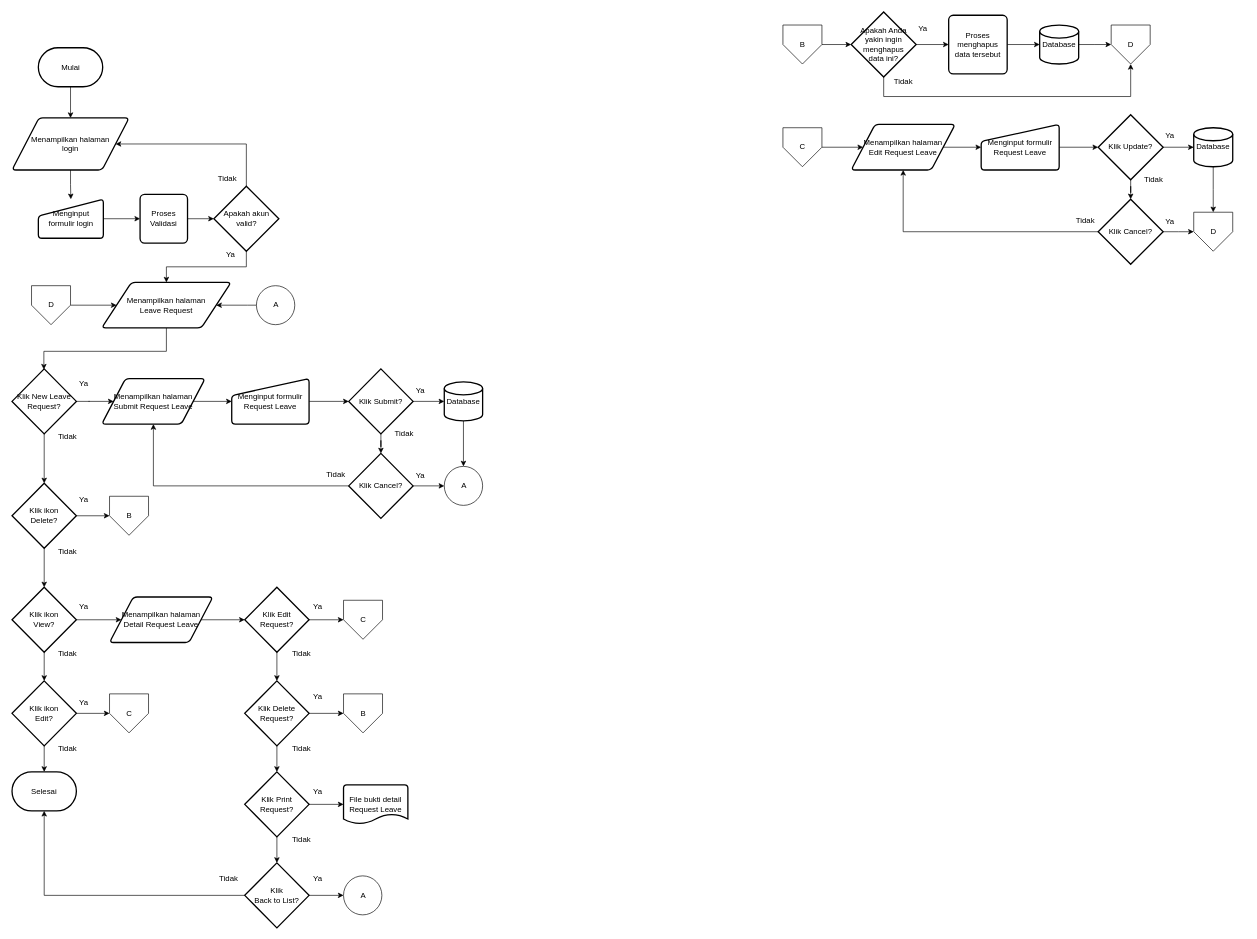
Before: page "Employee - Leave" (1 of 6) of Flowchart Yaztech Apps.drawio in dapzz-id/DrawIO, a draw.io diagram. Source tidied: cells renumbered, new cells numbered last; positions are measured from the earlier drawing's top-left corner, leaving out a move shared by most shapes. Both pictures are drawn from the tidied source at 65%, with x=0, y=0 at pixel (12, 12).
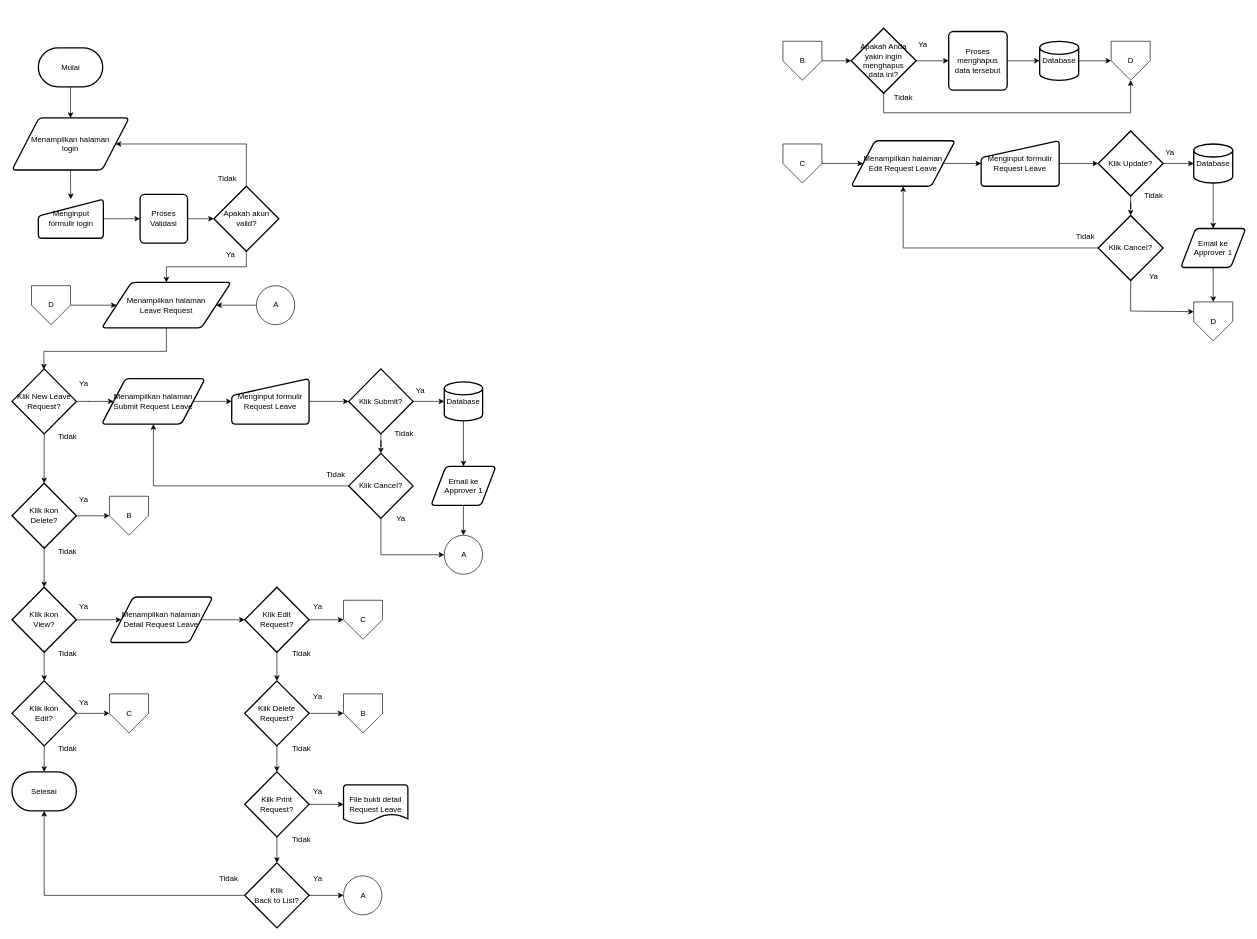
Above is the later version.

Unchanged cells that the change refers to:
```xml
<mxCell id="17" value="Database" style="strokeWidth=2;html=1;shape=mxgraph.flowchart.database;whiteSpace=wrap;" parent="1" vertex="1">
  <mxGeometry x="665" y="569" width="59" height="60" as="geometry" />
</mxCell>
<mxCell id="22" value="Klik Cancel?" style="strokeWidth=2;html=1;shape=mxgraph.flowchart.decision;whiteSpace=wrap;" parent="1" vertex="1">
  <mxGeometry x="518" y="679" width="99" height="100" as="geometry" />
</mxCell>
```

Diff of the diagram source:
```diff
@@
-    <mxCell id="16" style="edgeStyle=orthogonalEdgeStyle;rounded=0;jettySize=auto;html=1;" parent="1" edge="1" source="17" target="23">
-      <mxGeometry relative="1" as="geometry" />
-    </mxCell>
+    <mxCell id="118" style="edgeStyle=orthogonalEdgeStyle;rounded=0;jettySize=auto;html=1;" parent="1" edge="1" source="17" target="120">
+      <mxGeometry relative="1" as="geometry" />
+    </mxCell>
@@
-    <mxCell id="20" style="edgeStyle=orthogonalEdgeStyle;rounded=0;jettySize=auto;html=1;" parent="1" edge="1" source="22" target="23">
-      <mxGeometry relative="1" as="geometry" />
-    </mxCell>
@@
     <mxCell id="23" value="A" style="verticalLabelPosition=middle;verticalAlign=middle;html=1;shape=mxgraph.flowchart.on-page_reference;labelPosition=center;align=center;" parent="1" vertex="1">
-      <mxGeometry x="665" y="699" width="59" height="60" as="geometry" />
+      <mxGeometry x="665" y="805" width="59" height="60" as="geometry" />
     </mxCell>
@@
     <mxCell id="27" value="Ya" style="text;html=1;align=center;verticalAlign=middle;strokeColor=none;fillColor=none;" parent="1" vertex="1">
-      <mxGeometry x="608" y="699" width="40" height="30" as="geometry" />
+      <mxGeometry x="578" y="765" width="40" height="30" as="geometry" />
     </mxCell>
@@
     <mxCell id="41" value="Proses menghapus data tersebut" style="rounded=1;whiteSpace=wrap;html=1;absoluteArcSize=1;arcSize=14;strokeWidth=2;" parent="1" vertex="1">
-      <mxGeometry x="1441" y="5" width="90" height="90" as="geometry" />
+      <mxGeometry x="1441" y="30" width="90" height="90" as="geometry" />
     </mxCell>
@@
     <mxCell id="43" value="Apakah Anda yakin ingin menghapus&lt;div&gt;data ini?&lt;/div&gt;" style="strokeWidth=2;html=1;shape=mxgraph.flowchart.decision;whiteSpace=wrap;" parent="1" vertex="1">
-      <mxGeometry x="1291" width="100" height="100" as="geometry" />
+      <mxGeometry x="1291" y="25" width="100" height="100" as="geometry" />
     </mxCell>
     <mxCell id="44" value="Ya" style="text;html=1;align=center;verticalAlign=middle;strokeColor=none;fillColor=none;" parent="1" vertex="1">
-      <mxGeometry x="1381" y="10" width="40" height="30" as="geometry" />
+      <mxGeometry x="1381" y="35" width="40" height="30" as="geometry" />
     </mxCell>
     <mxCell id="45" style="edgeStyle=orthogonalEdgeStyle;rounded=0;jettySize=auto;html=1;exitX=0.5;exitY=1;exitDx=0;exitDy=0;exitPerimeter=0;entryX=0.5;entryY=1;entryDx=0;entryDy=0;entryPerimeter=0;" parent="1" edge="1" source="43">
       <mxGeometry relative="1" as="geometry">
-        <mxPoint x="1721" y="80" as="targetPoint" />
+        <mxPoint x="1721" y="105" as="targetPoint" />
         <Array as="points">
-          <mxPoint x="1341" y="130" />
-          <mxPoint x="1721" y="130" />
+          <mxPoint x="1341" y="155" />
+          <mxPoint x="1721" y="155" />
         </Array>
       </mxGeometry>
     </mxCell>
     <mxCell id="46" style="edgeStyle=orthogonalEdgeStyle;rounded=0;jettySize=auto;html=1;" parent="1" edge="1" source="47">
       <mxGeometry relative="1" as="geometry">
-        <mxPoint x="1691" y="50" as="targetPoint" />
+        <mxPoint x="1691" y="75" as="targetPoint" />
       </mxGeometry>
     </mxCell>
     <mxCell id="47" value="Database" style="strokeWidth=2;html=1;shape=mxgraph.flowchart.database;whiteSpace=wrap;" parent="1" vertex="1">
-      <mxGeometry x="1581" y="20" width="60" height="60" as="geometry" />
+      <mxGeometry x="1581" y="45" width="60" height="60" as="geometry" />
     </mxCell>
     <mxCell id="48" value="Tidak" style="text;html=1;align=center;verticalAlign=middle;strokeColor=none;fillColor=none;" parent="1" vertex="1">
-      <mxGeometry x="1346" y="92" width="50" height="30" as="geometry" />
+      <mxGeometry x="1346" y="117" width="50" height="30" as="geometry" />
     </mxCell>
@@
     <mxCell id="50" value="Menampilkan halaman&lt;div&gt;Edit Request Leave&lt;/div&gt;" style="shape=parallelogram;html=1;strokeWidth=2;perimeter=parallelogramPerimeter;whiteSpace=wrap;rounded=1;arcSize=12;size=0.23;" parent="1" vertex="1">
-      <mxGeometry x="1291" y="173" width="160" height="70" as="geometry" />
+      <mxGeometry x="1291" y="198" width="160" height="70" as="geometry" />
     </mxCell>
@@
     <mxCell id="52" value="Menginput formulir Request Leave" style="html=1;strokeWidth=2;shape=manualInput;whiteSpace=wrap;rounded=1;size=26;arcSize=11;" parent="1" vertex="1">
-      <mxGeometry x="1491" y="173" width="120" height="70" as="geometry" />
+      <mxGeometry x="1491" y="198" width="120" height="70" as="geometry" />
     </mxCell>
@@
     <mxCell id="55" value="Klik Update?" style="strokeWidth=2;html=1;shape=mxgraph.flowchart.decision;whiteSpace=wrap;" parent="1" vertex="1">
-      <mxGeometry x="1671" y="158" width="100" height="100" as="geometry" />
+      <mxGeometry x="1671" y="183" width="100" height="100" as="geometry" />
     </mxCell>
-    <mxCell id="56" style="edgeStyle=orthogonalEdgeStyle;rounded=0;jettySize=auto;html=1;" parent="1" edge="1" source="57">
-      <mxGeometry relative="1" as="geometry">
-        <mxPoint x="1848" y="308" as="targetPoint" />
-      </mxGeometry>
+    <mxCell id="56" style="edgeStyle=orthogonalEdgeStyle;rounded=0;jettySize=auto;html=1;entryX=0.5;entryY=0;entryDx=0;entryDy=0;" parent="1" edge="1" source="57" target="122">
+      <mxGeometry relative="1" as="geometry" />
     </mxCell>
     <mxCell id="57" value="Database" style="strokeWidth=2;html=1;shape=mxgraph.flowchart.database;whiteSpace=wrap;" parent="1" vertex="1">
-      <mxGeometry x="1818" y="178" width="60" height="60" as="geometry" />
+      <mxGeometry x="1818" y="203" width="60" height="60" as="geometry" />
     </mxCell>
     <mxCell id="58" value="Ya" style="text;html=1;align=center;verticalAlign=middle;strokeColor=none;fillColor=none;" parent="1" vertex="1">
-      <mxGeometry x="1761" y="176" width="40" height="30" as="geometry" />
+      <mxGeometry x="1761" y="201" width="40" height="30" as="geometry" />
     </mxCell>
-    <mxCell id="59" style="edgeStyle=orthogonalEdgeStyle;rounded=0;jettySize=auto;html=1;" parent="1" edge="1" source="61">
+    <mxCell id="59" style="edgeStyle=orthogonalEdgeStyle;rounded=0;jettySize=auto;html=1;entryX=0;entryY=0.25;entryDx=0;entryDy=0;" parent="1" edge="1" source="61" target="105">
       <mxGeometry relative="1" as="geometry">
-        <mxPoint x="1818" y="338" as="targetPoint" />
+        <Array as="points">
+          <mxPoint x="1721" y="460" />
+          <mxPoint x="1818" y="460" />
+        </Array>
       </mxGeometry>
     </mxCell>
@@
     <mxCell id="61" value="Klik Cancel?" style="strokeWidth=2;html=1;shape=mxgraph.flowchart.decision;whiteSpace=wrap;" parent="1" vertex="1">
-      <mxGeometry x="1671" y="288" width="100" height="100" as="geometry" />
+      <mxGeometry x="1671" y="313" width="100" height="100" as="geometry" />
     </mxCell>
     <mxCell id="62" value="Tidak" style="text;html=1;align=center;verticalAlign=middle;strokeColor=none;fillColor=none;" parent="1" vertex="1">
-      <mxGeometry x="1731" y="243" width="50" height="30" as="geometry" />
+      <mxGeometry x="1731" y="268" width="50" height="30" as="geometry" />
     </mxCell>
     <mxCell id="63" value="Ya" style="text;html=1;align=center;verticalAlign=middle;strokeColor=none;fillColor=none;" parent="1" vertex="1">
-      <mxGeometry x="1761" y="308" width="40" height="30" as="geometry" />
+      <mxGeometry x="1736" y="393" width="40" height="30" as="geometry" />
     </mxCell>
     <mxCell id="64" value="Tidak" style="text;html=1;align=center;verticalAlign=middle;strokeColor=none;fillColor=none;" parent="1" vertex="1">
-      <mxGeometry x="1626" y="306" width="50" height="30" as="geometry" />
+      <mxGeometry x="1626" y="331" width="50" height="30" as="geometry" />
     </mxCell>
@@
     <mxCell id="100" value="C" style="verticalLabelPosition=middle;verticalAlign=middle;html=1;shape=offPageConnector;rounded=0;size=0.5;labelPosition=center;align=center;" parent="1" vertex="1">
-      <mxGeometry x="1186" y="178" width="60" height="60" as="geometry" />
+      <mxGeometry x="1186" y="203" width="60" height="60" as="geometry" />
     </mxCell>
@@
     <mxCell id="102" value="B" style="verticalLabelPosition=middle;verticalAlign=middle;html=1;shape=offPageConnector;rounded=0;size=0.5;labelPosition=center;align=center;" parent="1" vertex="1">
-      <mxGeometry x="1186" y="20" width="60" height="60" as="geometry" />
+      <mxGeometry x="1186" y="45" width="60" height="60" as="geometry" />
     </mxCell>
@@
     <mxCell id="105" value="D" style="verticalLabelPosition=middle;verticalAlign=middle;html=1;shape=offPageConnector;rounded=0;size=0.5;labelPosition=center;align=center;" parent="1" vertex="1">
-      <mxGeometry x="1818" y="308" width="60" height="60" as="geometry" />
+      <mxGeometry x="1818" y="446" width="60" height="60" as="geometry" />
     </mxCell>
     <mxCell id="106" value="D" style="verticalLabelPosition=middle;verticalAlign=middle;html=1;shape=offPageConnector;rounded=0;size=0.5;labelPosition=center;align=center;" parent="1" vertex="1">
-      <mxGeometry x="1691" y="20" width="60" height="60" as="geometry" />
+      <mxGeometry x="1691" y="45" width="60" height="60" as="geometry" />
     </mxCell>
@@
+    <mxCell id="20" style="edgeStyle=orthogonalEdgeStyle;rounded=0;jettySize=auto;html=1;entryX=0;entryY=0.5;entryDx=0;entryDy=0;entryPerimeter=0;" parent="1" edge="1" source="22" target="23">
+      <mxGeometry relative="1" as="geometry">
+        <Array as="points">
+          <mxPoint x="567" y="835" />
+        </Array>
+      </mxGeometry>
+    </mxCell>
+    <mxCell id="119" style="edgeStyle=orthogonalEdgeStyle;rounded=0;jettySize=auto;html=1;" parent="1" edge="1" source="120" target="23">
+      <mxGeometry relative="1" as="geometry" />
+    </mxCell>
+    <mxCell id="120" value="Email ke&lt;div&gt;Approver 1&lt;/div&gt;" style="shape=parallelogram;html=1;strokeWidth=2;perimeter=parallelogramPerimeter;whiteSpace=wrap;rounded=1;arcSize=12;size=0.23;" parent="1" vertex="1">
+      <mxGeometry x="644.5" y="699" width="100" height="60" as="geometry" />
+    </mxCell>
+    <mxCell id="121" style="edgeStyle=orthogonalEdgeStyle;rounded=0;jettySize=auto;html=1;" parent="1" edge="1" source="122" target="105">
+      <mxGeometry relative="1" as="geometry" />
+    </mxCell>
+    <mxCell id="122" value="Email ke&lt;div&gt;Approver 1&lt;/div&gt;" style="shape=parallelogram;html=1;strokeWidth=2;perimeter=parallelogramPerimeter;whiteSpace=wrap;rounded=1;arcSize=12;size=0.23;" parent="1" vertex="1">
+      <mxGeometry x="1798" y="333" width="100" height="60" as="geometry" />
+    </mxCell>
```
